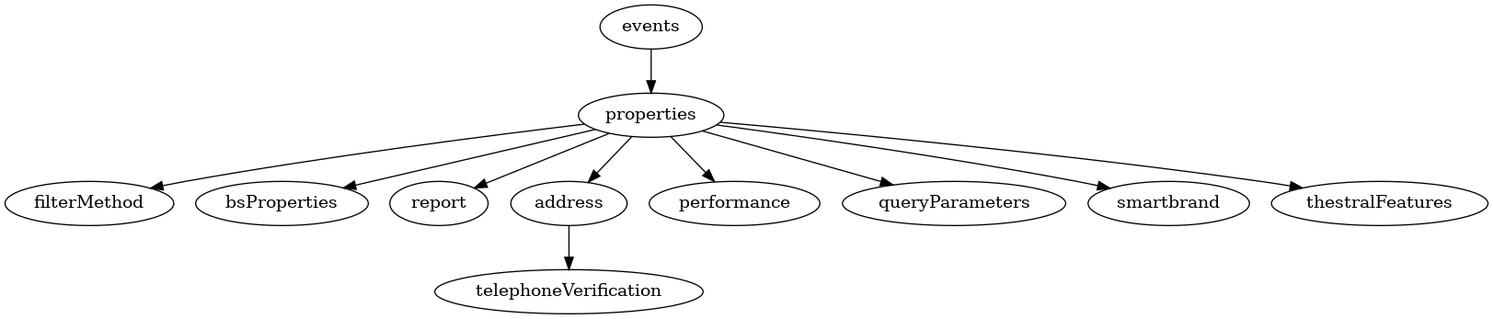
This is Requirement/json_tree.gv.png from maiden7705/boxed-assignment-demo-1, a Graphviz export, as it was before one commit. Its source is kept beside it as Requirement/json_tree.gv.
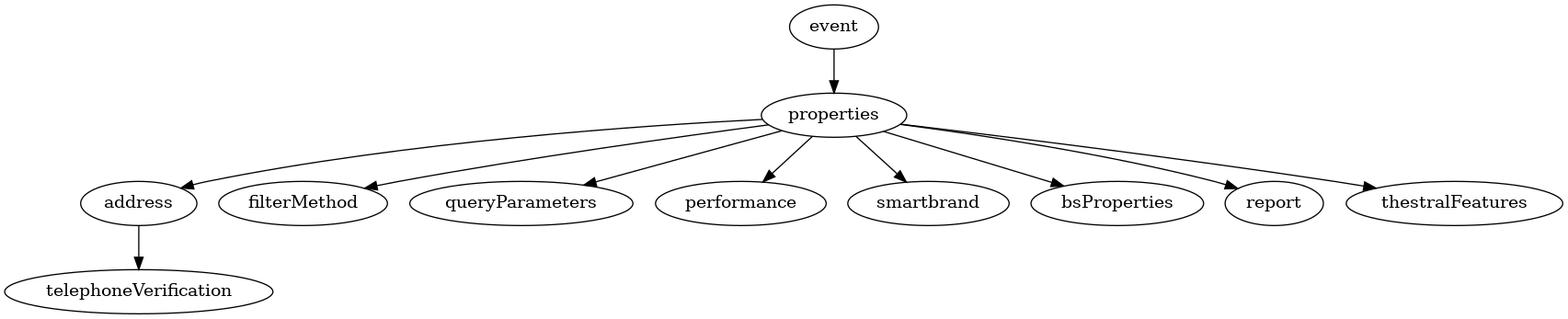
After the commit.

What changed in the source:
```diff
@@ -1,12 +1,12 @@
 strict digraph tree {
+    properties -> address;
+    properties -> filterMethod;
+    properties -> queryParameters;
     properties -> performance;
-    properties -> queryParameters;
     properties -> smartbrand;
-    properties -> filterMethod;
-    address -> telephoneVerification;
     properties -> bsProperties;
     event -> properties;
     properties -> report;
     properties -> thestralFeatures;
-    properties -> address;
+    address -> telephoneVerification;
 }
```
